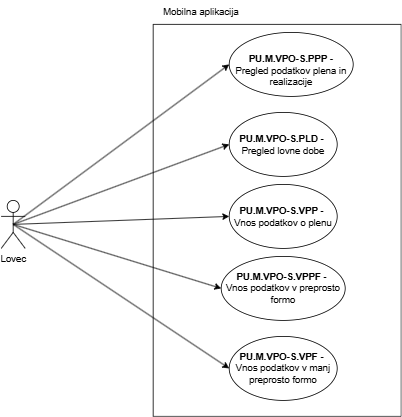
This is Vodenje podatkov o odstrelu-Mobilna.drawio.png from ErnestISv/Lovstvo, a draw.io export, as it was before one commit. Source tidied: cells renumbered, new cells last; positions are measured from the earlier drawing's top-left corner, leaving out a move shared by most shapes. The source it was exported from:
```xml
<mxGraphModel>
  <root>
    <mxCell id="0" />
    <mxCell id="1" parent="0" />
    <mxCell id="2" value="Lovec" style="shape=umlActor;verticalLabelPosition=bottom;verticalAlign=top;html=1;outlineConnect=0;" parent="1" vertex="1">
      <mxGeometry y="250" width="30" height="60" as="geometry" />
    </mxCell>
    <mxCell id="3" style="swimlane;startSize=0;" parent="1" vertex="1">
      <mxGeometry x="190" y="30" width="310" height="490" as="geometry" />
    </mxCell>
    <mxCell id="4" value="&lt;br&gt;&lt;table style=&quot;border-collapse:&lt;br/&gt; collapse;width:107pt&quot; width=&quot;142&quot; cellspacing=&quot;0&quot; cellpadding=&quot;0&quot; border=&quot;0&quot;&gt;&lt;tbody&gt;&lt;tr style=&quot;mso-height-source:userset;height:36.6pt&quot; height=&quot;49&quot;&gt;  &lt;td style=&quot;height:36.6pt;width:107pt&quot; width=&quot;142&quot; class=&quot;xl63&quot; height=&quot;49&quot;&gt;&lt;b&gt;PU.M.VPO-S.PPP&lt;/b&gt; -&lt;br&gt;Pregled podatkov plena in realizacije&lt;/td&gt;&lt;/tr&gt;&lt;/tbody&gt;&lt;/table&gt;" style="ellipse;whiteSpace=wrap;html=1;" parent="3" vertex="1">
      <mxGeometry x="95" y="10" width="155" height="80" as="geometry" />
    </mxCell>
    <mxCell id="5" value="&lt;b&gt;PU.M.VPO-S.VPPF&lt;/b&gt; -&amp;nbsp;&lt;div&gt;Vnos podatkov v preprosto formo&lt;/div&gt;" style="ellipse;whiteSpace=wrap;html=1;" parent="3" vertex="1">
      <mxGeometry x="85" y="290" width="155" height="80" as="geometry" />
    </mxCell>
    <mxCell id="6" value="&lt;b&gt;PU.M.VPO-S.PLD&lt;/b&gt; -&amp;nbsp;&lt;div&gt;Pregled lovne dobe&lt;/div&gt;" style="ellipse;whiteSpace=wrap;html=1;" parent="3" vertex="1">
      <mxGeometry x="95" y="110" width="135" height="80" as="geometry" />
    </mxCell>
    <mxCell id="7" value="&lt;b&gt;PU.M.VPO-S.VPF -&amp;nbsp;&lt;/b&gt;&lt;div&gt;Vnos podatkov v manj preprosto formo&lt;/div&gt;" style="ellipse;whiteSpace=wrap;html=1;" parent="3" vertex="1">
      <mxGeometry x="95" y="390" width="135" height="80" as="geometry" />
    </mxCell>
    <mxCell id="8" value="&lt;b&gt;PU.M.VPO-S.VPP &lt;/b&gt;-&amp;nbsp;&lt;div&gt;Vnos podatkov o plenu&lt;/div&gt;" style="ellipse;whiteSpace=wrap;html=1;" parent="3" vertex="1">
      <mxGeometry x="95" y="200" width="135" height="80" as="geometry" />
    </mxCell>
    <mxCell id="9" style="endArrow=classic;html=1;rounded=0;exitX=0.5;exitY=0.5;exitDx=0;exitDy=0;exitPerimeter=0;entryX=0;entryY=0.5;entryDx=0;entryDy=0;" parent="1" edge="1" source="2" target="4">
      <mxGeometry relative="1" as="geometry" />
    </mxCell>
    <mxCell id="10" style="endArrow=classic;html=1;rounded=0;exitX=0.5;exitY=0.5;exitDx=0;exitDy=0;exitPerimeter=0;entryX=0;entryY=0.5;entryDx=0;entryDy=0;" parent="1" edge="1" source="2" target="6">
      <mxGeometry relative="1" as="geometry" />
    </mxCell>
    <mxCell id="11" style="endArrow=classic;html=1;rounded=0;exitX=0.5;exitY=0.5;exitDx=0;exitDy=0;exitPerimeter=0;entryX=0;entryY=0.5;entryDx=0;entryDy=0;" parent="1" edge="1" source="2" target="8">
      <mxGeometry relative="1" as="geometry" />
    </mxCell>
    <mxCell id="12" style="endArrow=classic;html=1;rounded=0;exitX=0.5;exitY=0.5;exitDx=0;exitDy=0;exitPerimeter=0;entryX=0;entryY=0.5;entryDx=0;entryDy=0;" parent="1" edge="1" source="2" target="5">
      <mxGeometry relative="1" as="geometry" />
    </mxCell>
    <mxCell id="13" style="endArrow=classic;html=1;rounded=0;exitX=0.5;exitY=0.5;exitDx=0;exitDy=0;exitPerimeter=0;entryX=0;entryY=0.5;entryDx=0;entryDy=0;" parent="1" edge="1" source="2" target="7">
      <mxGeometry relative="1" as="geometry" />
    </mxCell>
    <mxCell id="14" value="Mobilna aplikacija" style="text;html=1;align=center;verticalAlign=middle;whiteSpace=wrap;rounded=0;" parent="1" vertex="1">
      <mxGeometry x="190" width="120" height="30" as="geometry" />
    </mxCell>
  </root>
</mxGraphModel>
```
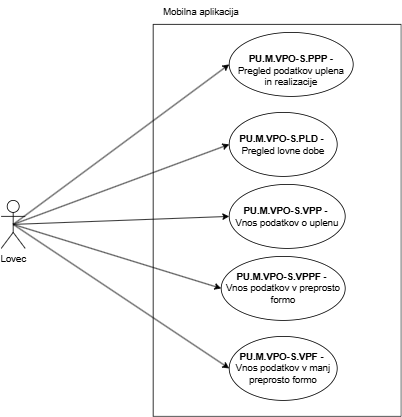
Above is the later version.

Diff of the diagram source:
```diff
@@ -8,7 +8,7 @@
     <mxCell id="3" style="swimlane;startSize=0;" parent="1" vertex="1">
       <mxGeometry x="190" y="30" width="310" height="490" as="geometry" />
     </mxCell>
-    <mxCell id="4" value="&lt;br&gt;&lt;table style=&quot;border-collapse:&lt;br/&gt; collapse;width:107pt&quot; width=&quot;142&quot; cellspacing=&quot;0&quot; cellpadding=&quot;0&quot; border=&quot;0&quot;&gt;&lt;tbody&gt;&lt;tr style=&quot;mso-height-source:userset;height:36.6pt&quot; height=&quot;49&quot;&gt;  &lt;td style=&quot;height:36.6pt;width:107pt&quot; width=&quot;142&quot; class=&quot;xl63&quot; height=&quot;49&quot;&gt;&lt;b&gt;PU.M.VPO-S.PPP&lt;/b&gt; -&lt;br&gt;Pregled podatkov plena in realizacije&lt;/td&gt;&lt;/tr&gt;&lt;/tbody&gt;&lt;/table&gt;" style="ellipse;whiteSpace=wrap;html=1;" parent="3" vertex="1">
+    <mxCell id="4" value="&lt;br&gt;&lt;table style=&quot;border-collapse:&lt;br/&gt; collapse;width:107pt&quot; width=&quot;142&quot; cellspacing=&quot;0&quot; cellpadding=&quot;0&quot; border=&quot;0&quot;&gt;&lt;tbody&gt;&lt;tr style=&quot;mso-height-source:userset;height:36.6pt&quot; height=&quot;49&quot;&gt;  &lt;td style=&quot;height:36.6pt;width:107pt&quot; width=&quot;142&quot; class=&quot;xl63&quot; height=&quot;49&quot;&gt;&lt;b&gt;PU.M.VPO-S.PPP&lt;/b&gt; -&lt;br&gt;Pregled podatkov uplena in realizacije&lt;/td&gt;&lt;/tr&gt;&lt;/tbody&gt;&lt;/table&gt;" style="ellipse;whiteSpace=wrap;html=1;" parent="3" vertex="1">
       <mxGeometry x="95" y="10" width="155" height="80" as="geometry" />
     </mxCell>
     <mxCell id="5" value="&lt;b&gt;PU.M.VPO-S.VPPF&lt;/b&gt; -&amp;nbsp;&lt;div&gt;Vnos podatkov v preprosto formo&lt;/div&gt;" style="ellipse;whiteSpace=wrap;html=1;" parent="3" vertex="1">
@@ -20,8 +20,8 @@
     <mxCell id="7" value="&lt;b&gt;PU.M.VPO-S.VPF -&amp;nbsp;&lt;/b&gt;&lt;div&gt;Vnos podatkov v manj preprosto formo&lt;/div&gt;" style="ellipse;whiteSpace=wrap;html=1;" parent="3" vertex="1">
       <mxGeometry x="95" y="390" width="135" height="80" as="geometry" />
     </mxCell>
-    <mxCell id="8" value="&lt;b&gt;PU.M.VPO-S.VPP &lt;/b&gt;-&amp;nbsp;&lt;div&gt;Vnos podatkov o plenu&lt;/div&gt;" style="ellipse;whiteSpace=wrap;html=1;" parent="3" vertex="1">
-      <mxGeometry x="95" y="200" width="135" height="80" as="geometry" />
+    <mxCell id="8" value="&lt;b&gt;PU.M.VPO-S.VPP &lt;/b&gt;-&amp;nbsp;&lt;div&gt;Vnos podatkov o uplenu&lt;/div&gt;" style="ellipse;whiteSpace=wrap;html=1;" parent="3" vertex="1">
+      <mxGeometry x="95" y="200" width="145" height="80" as="geometry" />
     </mxCell>
     <mxCell id="9" style="endArrow=classic;html=1;rounded=0;exitX=0.5;exitY=0.5;exitDx=0;exitDy=0;exitPerimeter=0;entryX=0;entryY=0.5;entryDx=0;entryDy=0;" parent="1" edge="1" source="2" target="4">
       <mxGeometry relative="1" as="geometry" />
```
